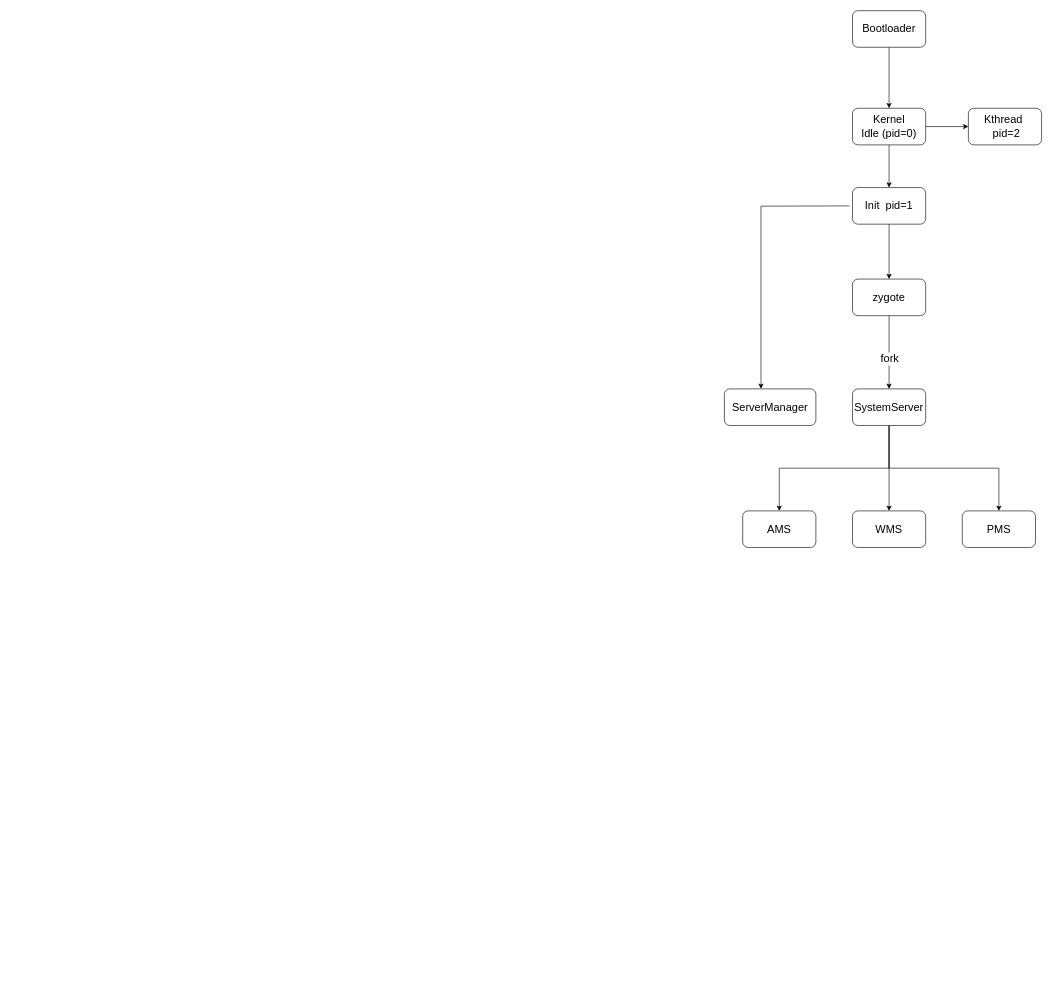
Before: 总结.drawio in huang8604/imgRes, a draw.io diagram. Source tidied: cells renumbered, new cells numbered last; positions are measured from the earlier drawing's top-left corner, leaving out a move shared by most shapes. Both pictures are drawn from the tidied source at 61%, with x=0, y=0 at pixel (724, 10).
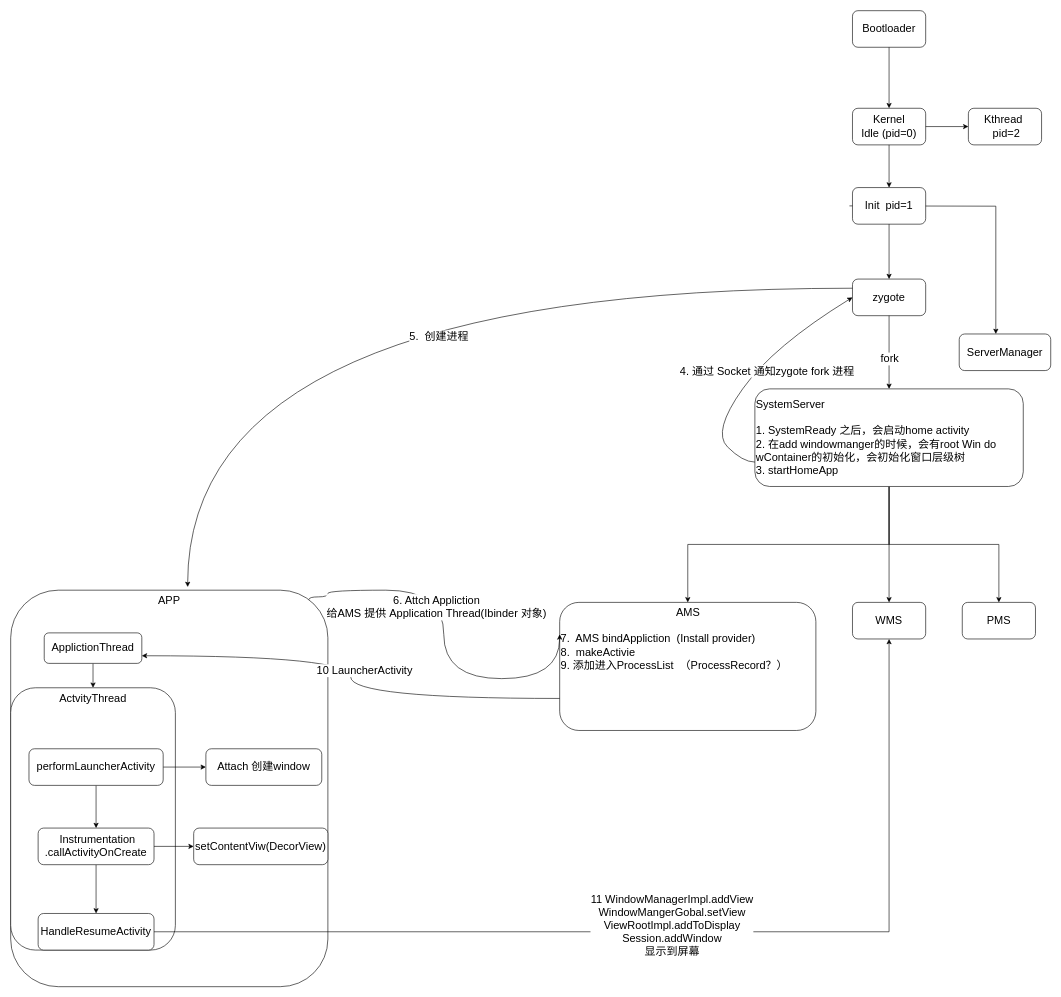
After the change.

Unchanged cells that the change refers to:
```xml
<mxCell id="10" value="zygote" style="rounded=1;whiteSpace=wrap;html=1;fontSize=18;" parent="1" vertex="1">
  <mxGeometry x="210" y="440" width="120" height="60" as="geometry" />
</mxCell>
```

The edit, as a diff of the source:
```diff
@@
-    <mxCell id="17" value="SystemServer" style="rounded=1;whiteSpace=wrap;html=1;fontSize=18;strokeColor=default;align=center;verticalAlign=middle;fontFamily=Helvetica;fontColor=default;fillColor=default;" parent="1" vertex="1">
-      <mxGeometry x="210" y="620" width="120" height="60" as="geometry" />
+    <mxCell id="17" value="SystemServer&lt;div&gt;&lt;br&gt;&lt;/div&gt;&lt;div&gt;1. SystemReady 之后，会启动home activity&lt;/div&gt;&lt;div style=&quot;&quot;&gt;2. 在add windowmanger的时候，会有root Win do wContainer的初始化，会初始化窗口层级树&lt;/div&gt;&lt;div style=&quot;&quot;&gt;3. startHomeApp&lt;/div&gt;" style="rounded=1;whiteSpace=wrap;html=1;fontSize=18;strokeColor=default;align=left;verticalAlign=middle;fontFamily=Helvetica;fontColor=default;fillColor=default;" parent="1" vertex="1">
+      <mxGeometry x="50" y="620" width="440" height="160" as="geometry" />
     </mxCell>
     <mxCell id="18" value="ServerManager" style="rounded=1;whiteSpace=wrap;html=1;fontSize=18;strokeColor=default;align=center;verticalAlign=middle;fontFamily=Helvetica;fontColor=default;fillColor=default;" parent="1" vertex="1">
-      <mxGeometry y="620" width="150" height="60" as="geometry" />
+      <mxGeometry x="385" y="530" width="150" height="60" as="geometry" />
     </mxCell>
-    <mxCell id="19" value="AMS" style="rounded=1;whiteSpace=wrap;html=1;strokeColor=default;align=center;verticalAlign=middle;fontFamily=Helvetica;fontSize=18;fontColor=default;fillColor=default;" parent="1" vertex="1">
-      <mxGeometry x="30" y="820" width="120" height="60" as="geometry" />
+    <mxCell id="19" value="&lt;div style=&quot;text-align: center;&quot;&gt;&lt;span style=&quot;background-color: initial;&quot;&gt;&amp;nbsp; &amp;nbsp; &amp;nbsp; &amp;nbsp; &amp;nbsp;AMS&lt;/span&gt;&lt;/div&gt;&lt;div style=&quot;text-align: center;&quot;&gt;&lt;span style=&quot;background-color: initial;&quot;&gt;&lt;br&gt;&lt;/span&gt;&lt;/div&gt;&lt;div style=&quot;&quot;&gt;&lt;span style=&quot;background-color: initial;&quot;&gt;7.&amp;nbsp; AMS bindAppliction&amp;nbsp; (Install provider)&lt;/span&gt;&lt;/div&gt;&lt;div&gt;8.&amp;nbsp; makeActivie&amp;nbsp;&amp;nbsp;&lt;/div&gt;&lt;div&gt;9. 添加进入&lt;span style=&quot;background-color: initial;&quot;&gt;ProcessList&amp;nbsp; （&lt;/span&gt;&lt;span style=&quot;background-color: initial;&quot;&gt;ProcessRecord？&lt;/span&gt;&lt;span style=&quot;background-color: initial;&quot;&gt;）&lt;/span&gt;&lt;/div&gt;" style="rounded=1;whiteSpace=wrap;html=1;strokeColor=default;align=left;verticalAlign=top;fontFamily=Helvetica;fontSize=18;fontColor=default;fillColor=default;" parent="1" vertex="1">
+      <mxGeometry x="-270" y="970" width="420" height="210" as="geometry" />
     </mxCell>
     <mxCell id="20" value="WMS" style="whiteSpace=wrap;html=1;rounded=1;strokeColor=default;align=center;verticalAlign=middle;fontFamily=Helvetica;fontSize=18;fontColor=default;fillColor=default;" parent="1" vertex="1">
-      <mxGeometry x="210" y="820" width="120" height="60" as="geometry" />
+      <mxGeometry x="210" y="970" width="120" height="60" as="geometry" />
     </mxCell>
     <mxCell id="21" value="PMS" style="whiteSpace=wrap;html=1;rounded=1;strokeColor=default;align=center;verticalAlign=middle;fontFamily=Helvetica;fontSize=18;fontColor=default;fillColor=default;" parent="1" vertex="1">
-      <mxGeometry x="390" y="820" width="120" height="60" as="geometry" />
+      <mxGeometry x="390" y="970" width="120" height="60" as="geometry" />
     </mxCell>
+    <mxCell id="22" value="APP" style="whiteSpace=wrap;html=1;rounded=1;strokeColor=default;align=center;verticalAlign=top;fontFamily=Helvetica;fontSize=18;fontColor=default;fillColor=default;" parent="1" vertex="1">
+      <mxGeometry x="-1170" y="950" width="520" height="650" as="geometry" />
+    </mxCell>
+    <mxCell id="23" style="curved=1;endArrow=classic;html=1;rounded=0;fontFamily=Helvetica;fontSize=18;fontColor=default;entryX=0;entryY=0.5;entryDx=0;entryDy=0;exitX=0;exitY=0.75;exitDx=0;exitDy=0;" parent="1" edge="1" source="17" target="10">
+      <mxGeometry relative="1" as="geometry">
+        <Array as="points">
+          <mxPoint x="30" y="740" />
+          <mxPoint x="-20" y="690" />
+          <mxPoint x="80" y="550" />
+        </Array>
+      </mxGeometry>
+    </mxCell>
+    <mxCell id="24" value="4. 通过 Socket 通知zygote fork 进程" style="edgeLabel;html=1;align=center;verticalAlign=middle;rounded=1;strokeColor=default;fontFamily=Helvetica;fontSize=18;fontColor=default;fillColor=default;" parent="23" vertex="1">
+      <mxGeometry y="2" relative="1" as="geometry">
+        <mxPoint x="23" y="-3" as="offset" />
+      </mxGeometry>
+    </mxCell>
+    <mxCell id="25" style="rounded=0;jettySize=auto;html=1;exitX=0;exitY=0.25;exitDx=0;exitDy=0;entryX=0.558;entryY=-0.008;entryDx=0;entryDy=0;entryPerimeter=0;fontFamily=Helvetica;fontSize=18;fontColor=default;edgeStyle=orthogonalEdgeStyle;curved=1;" parent="1" edge="1" source="10" target="22">
+      <mxGeometry relative="1" as="geometry" />
+    </mxCell>
+    <mxCell id="26" value="5.&amp;nbsp; 创建进程" style="edgeLabel;html=1;align=center;verticalAlign=middle;rounded=1;strokeColor=default;fontFamily=Helvetica;fontSize=18;fontColor=default;fillColor=default;" parent="25" vertex="1">
+      <mxGeometry x="-0.14" y="79" relative="1" as="geometry" />
+    </mxCell>
+    <mxCell id="27" value="ActvityThread" style="rounded=1;whiteSpace=wrap;html=1;strokeColor=default;align=center;verticalAlign=top;fontFamily=Helvetica;fontSize=18;fontColor=default;fillColor=default;" parent="1" vertex="1">
+      <mxGeometry x="-1170" y="1110" width="270" height="430" as="geometry" />
+    </mxCell>
+    <mxCell id="28" style="edgeStyle=orthogonalEdgeStyle;rounded=0;jettySize=auto;html=1;exitX=0.5;exitY=1;exitDx=0;exitDy=0;entryX=0.5;entryY=0;entryDx=0;entryDy=0;fontFamily=Helvetica;fontSize=18;fontColor=default;" parent="1" edge="1" source="29" target="27">
+      <mxGeometry relative="1" as="geometry" />
+    </mxCell>
+    <mxCell id="29" value="ApplictionThread" style="rounded=1;whiteSpace=wrap;html=1;strokeColor=default;align=center;verticalAlign=middle;fontFamily=Helvetica;fontSize=18;fontColor=default;fillColor=default;" parent="1" vertex="1">
+      <mxGeometry x="-1115" y="1020" width="160" height="50" as="geometry" />
+    </mxCell>
+    <mxCell id="30" style="edgeStyle=orthogonalEdgeStyle;rounded=0;jettySize=auto;html=1;exitX=0;exitY=0.75;exitDx=0;exitDy=0;entryX=1;entryY=0.75;entryDx=0;entryDy=0;fontFamily=Helvetica;fontSize=18;fontColor=default;curved=1;" parent="1" edge="1" source="19" target="29">
+      <mxGeometry relative="1" as="geometry" />
+    </mxCell>
+    <mxCell id="31" value="10 LauncherActivity" style="edgeLabel;html=1;align=center;verticalAlign=middle;rounded=1;strokeColor=default;fontFamily=Helvetica;fontSize=18;fontColor=default;fillColor=default;" parent="30" vertex="1">
+      <mxGeometry x="-0.15" y="-47" relative="1" as="geometry">
+        <mxPoint y="1" as="offset" />
+      </mxGeometry>
+    </mxCell>
+    <mxCell id="32" style="edgeStyle=orthogonalEdgeStyle;rounded=0;jettySize=auto;html=1;exitX=0.94;exitY=0.024;exitDx=0;exitDy=0;entryX=0;entryY=0.25;entryDx=0;entryDy=0;fontFamily=Helvetica;fontSize=18;fontColor=default;curved=1;exitPerimeter=0;" parent="1" edge="1" source="22" target="19">
+      <mxGeometry relative="1" as="geometry">
+        <Array as="points">
+          <mxPoint x="-650" y="961" />
+          <mxPoint x="-650" y="950" />
+          <mxPoint x="-460" y="950" />
+          <mxPoint x="-460" y="1095" />
+        </Array>
+      </mxGeometry>
+    </mxCell>
+    <mxCell id="33" value="6. Attch Appliction&lt;div&gt;&lt;div&gt;给AMS 提供 Application Thread(Ibinder 对象)&lt;/div&gt;&lt;/div&gt;" style="edgeLabel;html=1;align=center;verticalAlign=middle;rounded=1;strokeColor=default;fontFamily=Helvetica;fontSize=18;fontColor=default;fillColor=default;" parent="32" vertex="1">
+      <mxGeometry x="-0.19" y="-7" relative="1" as="geometry">
+        <mxPoint x="-6" y="3" as="offset" />
+      </mxGeometry>
+    </mxCell>
+    <mxCell id="34" style="edgeStyle=orthogonalEdgeStyle;rounded=0;jettySize=auto;html=1;exitX=1;exitY=0.5;exitDx=0;exitDy=0;entryX=0;entryY=0.5;entryDx=0;entryDy=0;fontFamily=Helvetica;fontSize=18;fontColor=default;" parent="1" edge="1" source="36" target="37">
+      <mxGeometry relative="1" as="geometry" />
+    </mxCell>
+    <mxCell id="35" style="edgeStyle=orthogonalEdgeStyle;rounded=0;jettySize=auto;html=1;exitX=0.5;exitY=1;exitDx=0;exitDy=0;entryX=0.5;entryY=0;entryDx=0;entryDy=0;fontFamily=Helvetica;fontSize=18;fontColor=default;" parent="1" edge="1" source="36" target="40">
+      <mxGeometry relative="1" as="geometry" />
+    </mxCell>
+    <mxCell id="36" value="performLauncherActivity" style="rounded=1;whiteSpace=wrap;html=1;strokeColor=default;align=center;verticalAlign=middle;fontFamily=Helvetica;fontSize=18;fontColor=default;fillColor=default;" parent="1" vertex="1">
+      <mxGeometry x="-1140" y="1210" width="220" height="60" as="geometry" />
+    </mxCell>
+    <mxCell id="37" value="Attach 创建window" style="rounded=1;whiteSpace=wrap;html=1;strokeColor=default;align=center;verticalAlign=middle;fontFamily=Helvetica;fontSize=18;fontColor=default;fillColor=default;" parent="1" vertex="1">
+      <mxGeometry x="-850" y="1210" width="190" height="60" as="geometry" />
+    </mxCell>
+    <mxCell id="38" style="edgeStyle=orthogonalEdgeStyle;rounded=0;jettySize=auto;html=1;exitX=1;exitY=0.5;exitDx=0;exitDy=0;fontFamily=Helvetica;fontSize=18;fontColor=default;" parent="1" edge="1" source="40" target="41">
+      <mxGeometry relative="1" as="geometry" />
+    </mxCell>
+    <mxCell id="39" style="edgeStyle=orthogonalEdgeStyle;rounded=0;jettySize=auto;html=1;exitX=0.5;exitY=1;exitDx=0;exitDy=0;entryX=0.5;entryY=0;entryDx=0;entryDy=0;fontFamily=Helvetica;fontSize=18;fontColor=default;" parent="1" edge="1" source="40" target="44">
+      <mxGeometry relative="1" as="geometry" />
+    </mxCell>
+    <mxCell id="40" value="&amp;nbsp;Instrumentation&lt;div&gt;.callActivityOnCreate&lt;/div&gt;" style="rounded=1;whiteSpace=wrap;html=1;strokeColor=default;align=center;verticalAlign=middle;fontFamily=Helvetica;fontSize=18;fontColor=default;fillColor=default;" parent="1" vertex="1">
+      <mxGeometry x="-1125" y="1340" width="190" height="60" as="geometry" />
+    </mxCell>
+    <mxCell id="41" value="setContentViw(DecorView&lt;span style=&quot;background-color: initial;&quot;&gt;)&lt;/span&gt;" style="rounded=1;whiteSpace=wrap;html=1;strokeColor=default;align=center;verticalAlign=middle;fontFamily=Helvetica;fontSize=18;fontColor=default;fillColor=default;" parent="1" vertex="1">
+      <mxGeometry x="-870" y="1340" width="220" height="60" as="geometry" />
+    </mxCell>
+    <mxCell id="42" style="edgeStyle=orthogonalEdgeStyle;rounded=0;jettySize=auto;html=1;exitX=1;exitY=0.5;exitDx=0;exitDy=0;fontFamily=Helvetica;fontSize=18;fontColor=default;" parent="1" edge="1" source="44" target="20">
+      <mxGeometry relative="1" as="geometry" />
+    </mxCell>
+    <mxCell id="43" value="11 WindowManagerImpl.addView&lt;div&gt;WindowMangerGobal.setView&lt;/div&gt;&lt;div&gt;ViewRootImpl.addToDisplay&lt;/div&gt;&lt;div&gt;Session.addWindow&lt;/div&gt;&lt;div&gt;显示到屏幕&lt;/div&gt;&lt;div&gt;&lt;br&gt;&lt;/div&gt;" style="edgeLabel;html=1;align=center;verticalAlign=middle;rounded=1;strokeColor=default;fontFamily=Helvetica;fontSize=18;fontColor=default;fillColor=default;" parent="42" vertex="1">
+      <mxGeometry x="0.02" relative="1" as="geometry">
+        <mxPoint x="-11" as="offset" />
+      </mxGeometry>
+    </mxCell>
+    <mxCell id="44" value="HandleResumeActivity" style="rounded=1;whiteSpace=wrap;html=1;strokeColor=default;align=center;verticalAlign=middle;fontFamily=Helvetica;fontSize=18;fontColor=default;fillColor=default;" parent="1" vertex="1">
+      <mxGeometry x="-1125" y="1480" width="190" height="60" as="geometry" />
+    </mxCell>
```
